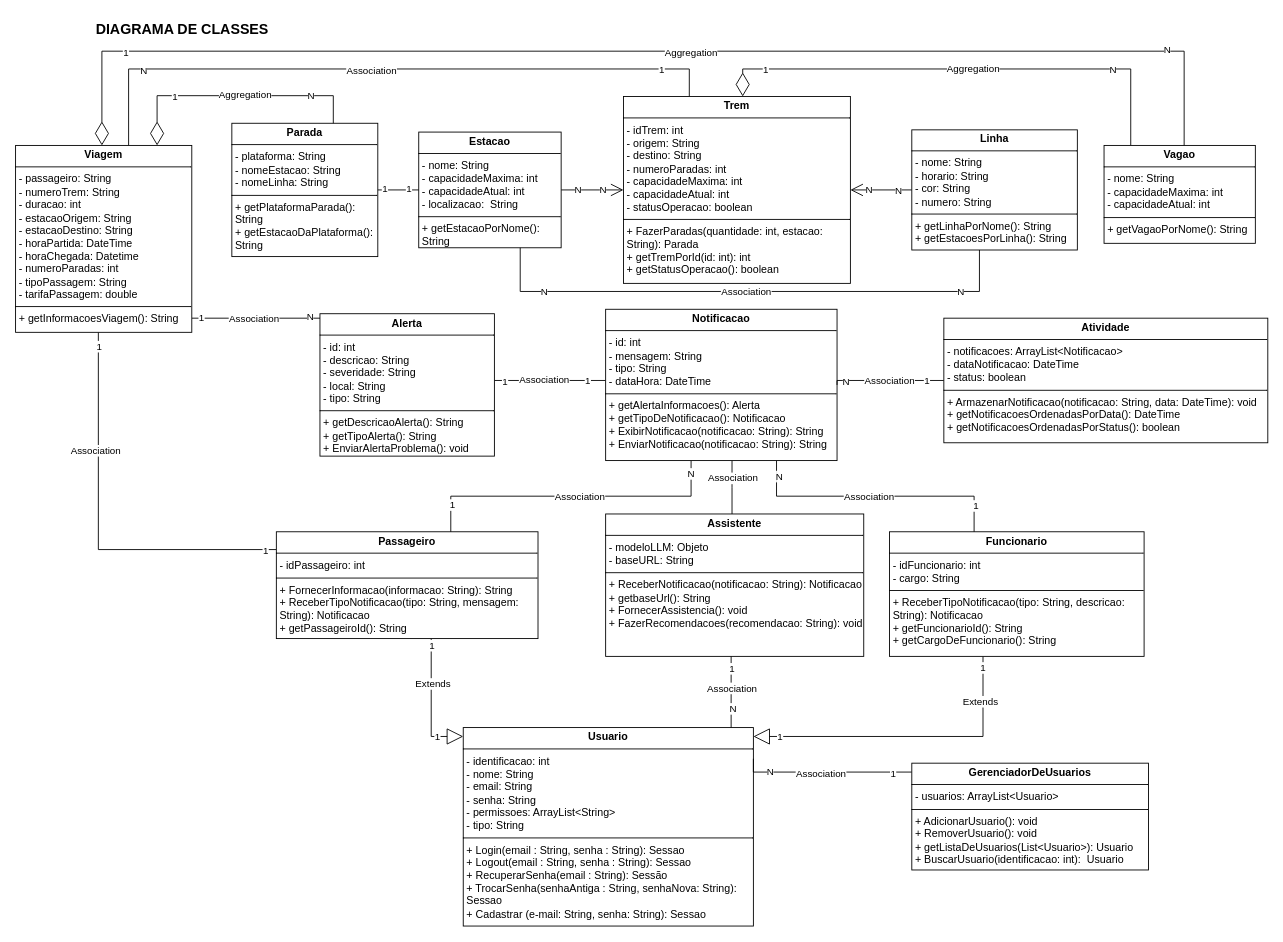
This is Sprint1.drawio from Acessi/Sprint-1-Java, a draw.io file, before an edit. Source tidied: cells renumbered, new cells numbered last; positions are measured from the earlier drawing's top-left corner, leaving out a move shared by most shapes. Both pictures are drawn from the tidied source at 89%, with x=0, y=0 at pixel (15, 15).
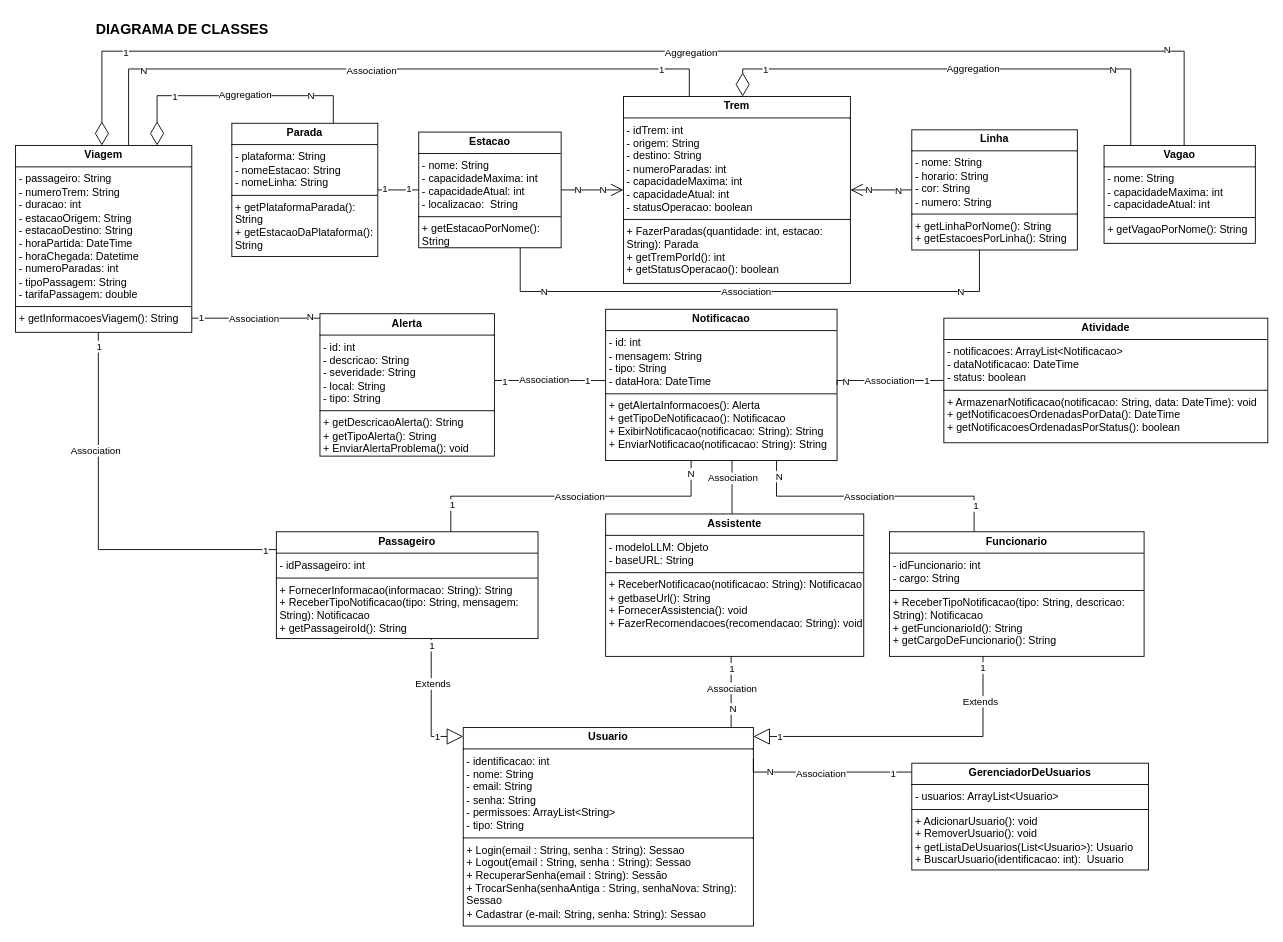
Above is the later version.

The edit, as a diff of the source:
```diff
@@
-    <mxCell id="58" value="&lt;p style=&quot;margin:0px;margin-top:4px;text-align:center;&quot;&gt;&lt;b&gt;Trem&lt;/b&gt;&lt;/p&gt;&lt;hr size=&quot;1&quot; style=&quot;border-style:solid;&quot;&gt;&lt;p style=&quot;margin:0px;margin-left:4px;&quot;&gt;&lt;span style=&quot;background-color: initial;&quot;&gt;- idTrem: int&lt;/span&gt;&lt;/p&gt;&lt;p style=&quot;margin:0px;margin-left:4px;&quot;&gt;&lt;span style=&quot;background-color: initial;&quot;&gt;- origem: String&lt;/span&gt;&lt;br&gt;&lt;/p&gt;&lt;p style=&quot;margin:0px;margin-left:4px;&quot;&gt;- destino: String&lt;/p&gt;&lt;p style=&quot;margin:0px;margin-left:4px;&quot;&gt;- numeroParadas: int&lt;/p&gt;&lt;p style=&quot;margin:0px;margin-left:4px;&quot;&gt;- capacidadeMaxima: int&lt;/p&gt;&lt;p style=&quot;margin:0px;margin-left:4px;&quot;&gt;- capacidadeAtual: int&lt;/p&gt;&lt;p style=&quot;margin:0px;margin-left:4px;&quot;&gt;- statusOperacao: boolean&lt;/p&gt;&lt;hr size=&quot;1&quot; style=&quot;border-style:solid;&quot;&gt;&lt;p style=&quot;margin:0px;margin-left:4px;&quot;&gt;+ FazerParadas(quantidade: int, estacao: String): Parada&lt;/p&gt;&lt;p style=&quot;margin:0px;margin-left:4px;&quot;&gt;+ getTremPorId(id: int): int&lt;/p&gt;&lt;p style=&quot;margin:0px;margin-left:4px;&quot;&gt;+ getStatusOperacao(): boolean&lt;/p&gt;" style="verticalAlign=top;align=left;overflow=fill;html=1;whiteSpace=wrap;" parent="1" vertex="1">
+    <mxCell id="58" value="&lt;p style=&quot;margin:0px;margin-top:4px;text-align:center;&quot;&gt;&lt;b&gt;Trem&lt;/b&gt;&lt;/p&gt;&lt;hr size=&quot;1&quot; style=&quot;border-style:solid;&quot;&gt;&lt;p style=&quot;margin:0px;margin-left:4px;&quot;&gt;&lt;span style=&quot;background-color: initial;&quot;&gt;- idTrem: int&lt;/span&gt;&lt;/p&gt;&lt;p style=&quot;margin:0px;margin-left:4px;&quot;&gt;&lt;span style=&quot;background-color: initial;&quot;&gt;- origem: String&lt;/span&gt;&lt;br&gt;&lt;/p&gt;&lt;p style=&quot;margin:0px;margin-left:4px;&quot;&gt;- destino: String&lt;/p&gt;&lt;p style=&quot;margin:0px;margin-left:4px;&quot;&gt;- numeroParadas: int&lt;/p&gt;&lt;p style=&quot;margin:0px;margin-left:4px;&quot;&gt;- capacidadeMaxima: int&lt;/p&gt;&lt;p style=&quot;margin:0px;margin-left:4px;&quot;&gt;- capacidadeAtual: int&lt;/p&gt;&lt;p style=&quot;margin:0px;margin-left:4px;&quot;&gt;- statusOperacao: boolean&lt;/p&gt;&lt;hr size=&quot;1&quot; style=&quot;border-style:solid;&quot;&gt;&lt;p style=&quot;margin:0px;margin-left:4px;&quot;&gt;+ FazerParadas(quantidade: int, estacao: String): Parada&lt;/p&gt;&lt;p style=&quot;margin:0px;margin-left:4px;&quot;&gt;+ getTremPorId(): int&lt;/p&gt;&lt;p style=&quot;margin:0px;margin-left:4px;&quot;&gt;+ getStatusOperacao(): boolean&lt;/p&gt;" style="verticalAlign=top;align=left;overflow=fill;html=1;whiteSpace=wrap;" parent="1" vertex="1">
       <mxGeometry x="683" y="90.9" width="255" height="210" as="geometry" />
     </mxCell>
```
